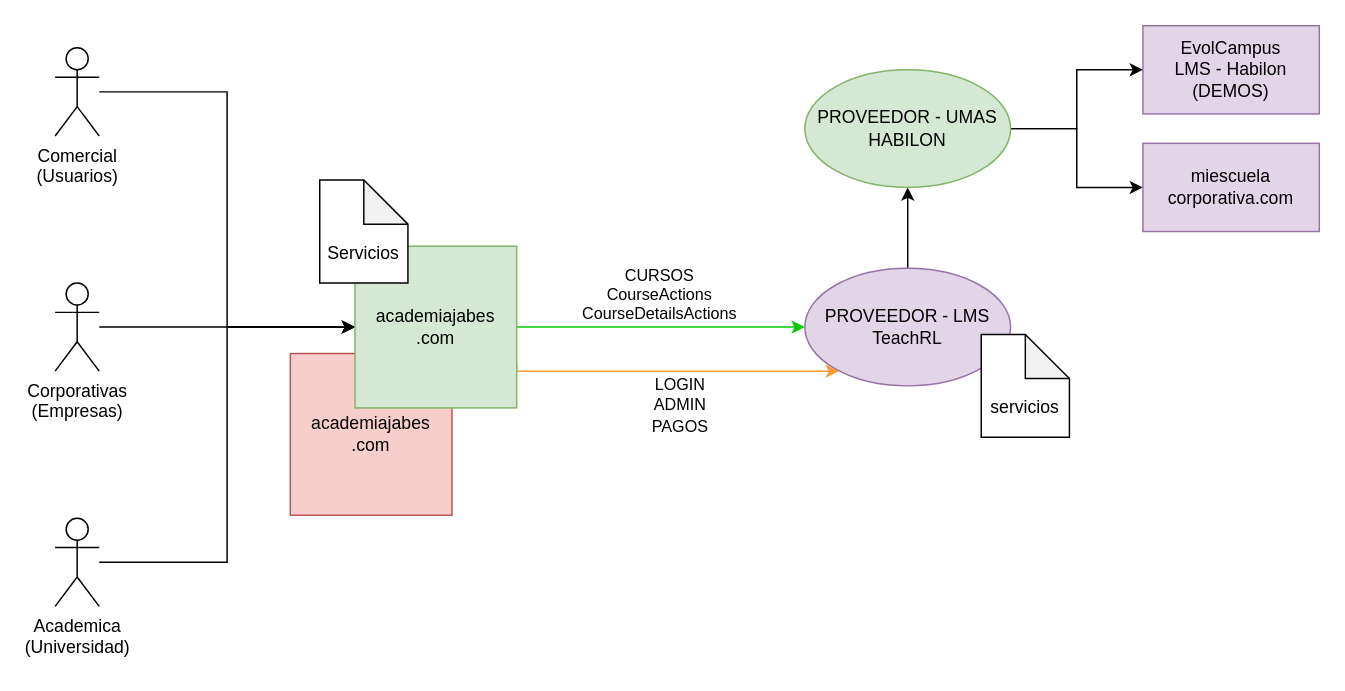
Before: page "TOBE" (2 of 2) of JABES.drawio in samuel363/drawio, a draw.io diagram. Source tidied: cells renumbered, new cells numbered last; positions are measured from the earlier drawing's top-left corner, leaving out a move shared by most shapes. Both pictures are drawn from the tidied source at 147%, with x=0, y=0 at pixel (54, 25).
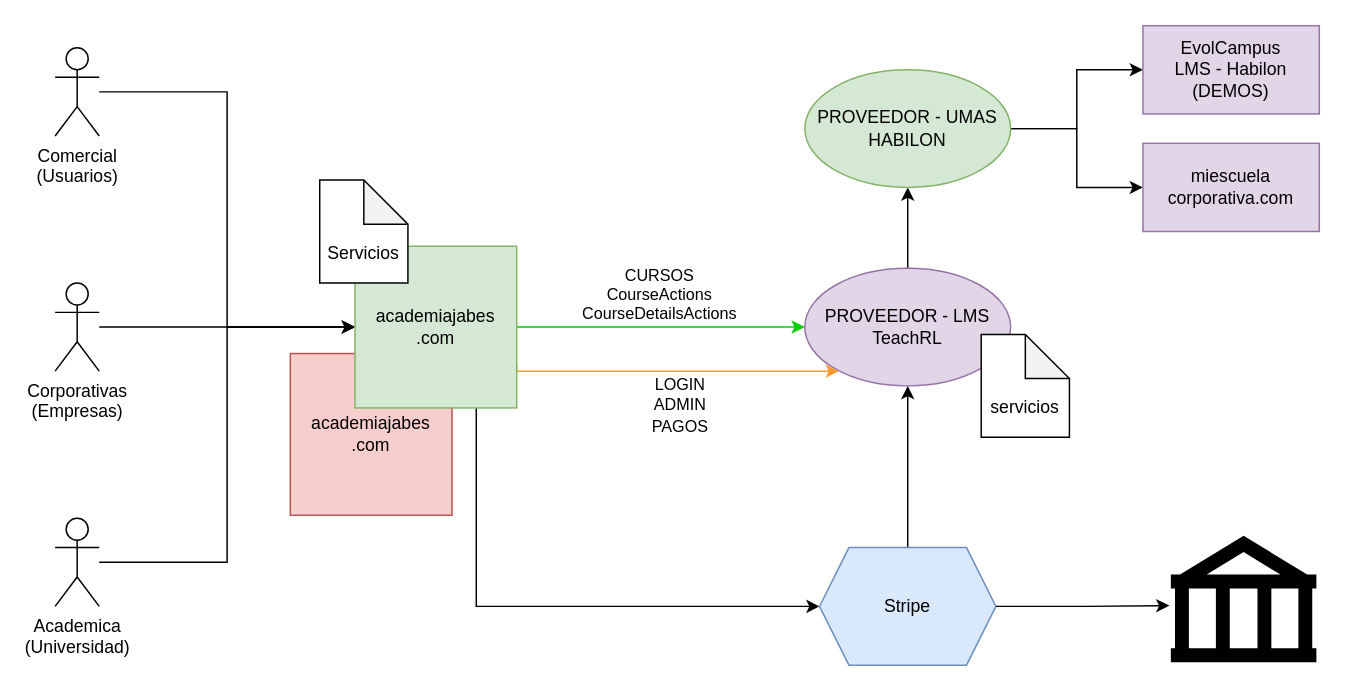
The same page after the edit.

The change refers to these unchanged cells:
```xml
<mxCell id="11" value="PROVEEDOR -&amp;nbsp;LMS&lt;br&gt;TeachRL" style="ellipse;whiteSpace=wrap;html=1;fillColor=#e1d5e7;strokeColor=#9673a6;" parent="1" vertex="1">
  <mxGeometry x="510" y="165" width="140" height="80" as="geometry" />
</mxCell>
<mxCell id="17" value="academiajabes&lt;br&gt;.com" style="rounded=0;whiteSpace=wrap;html=1;fillColor=#d5e8d4;strokeColor=#82b366;" parent="1" vertex="1">
  <mxGeometry x="204" y="150" width="110" height="110" as="geometry" />
</mxCell>
```

The edit, as a diff of the source:
```diff
@@
+    <mxCell id="23" style="edgeStyle=orthogonalEdgeStyle;rounded=0;jettySize=auto;html=1;exitX=0.75;exitY=1;exitDx=0;exitDy=0;entryX=0;entryY=0.5;entryDx=0;entryDy=0;" parent="1" edge="1" source="17" target="25">
+      <mxGeometry relative="1" as="geometry" />
+    </mxCell>
@@
+    <mxCell id="24" style="edgeStyle=orthogonalEdgeStyle;rounded=0;jettySize=auto;html=1;" parent="1" edge="1" source="25" target="11">
+      <mxGeometry relative="1" as="geometry" />
+    </mxCell>
+    <mxCell id="25" value="Stripe" style="shape=hexagon;perimeter=hexagonPerimeter2;whiteSpace=wrap;html=1;fixedSize=1;fillColor=#dae8fc;strokeColor=#6c8ebf;" parent="1" vertex="1">
+      <mxGeometry x="520" y="355" width="120" height="80" as="geometry" />
+    </mxCell>
+    <mxCell id="26" style="shape=mxgraph.signs.travel.bank;html=1;fillColor=#000000;strokeColor=none;verticalLabelPosition=bottom;verticalAlign=top;align=center;" parent="1" vertex="1">
+      <mxGeometry x="759" y="347" width="99" height="86" as="geometry" />
+    </mxCell>
+    <mxCell id="27" style="edgeStyle=orthogonalEdgeStyle;rounded=0;jettySize=auto;html=1;entryX=-0.01;entryY=0.552;entryDx=0;entryDy=0;entryPerimeter=0;" parent="1" edge="1" source="25" target="26">
+      <mxGeometry relative="1" as="geometry" />
+    </mxCell>
```
